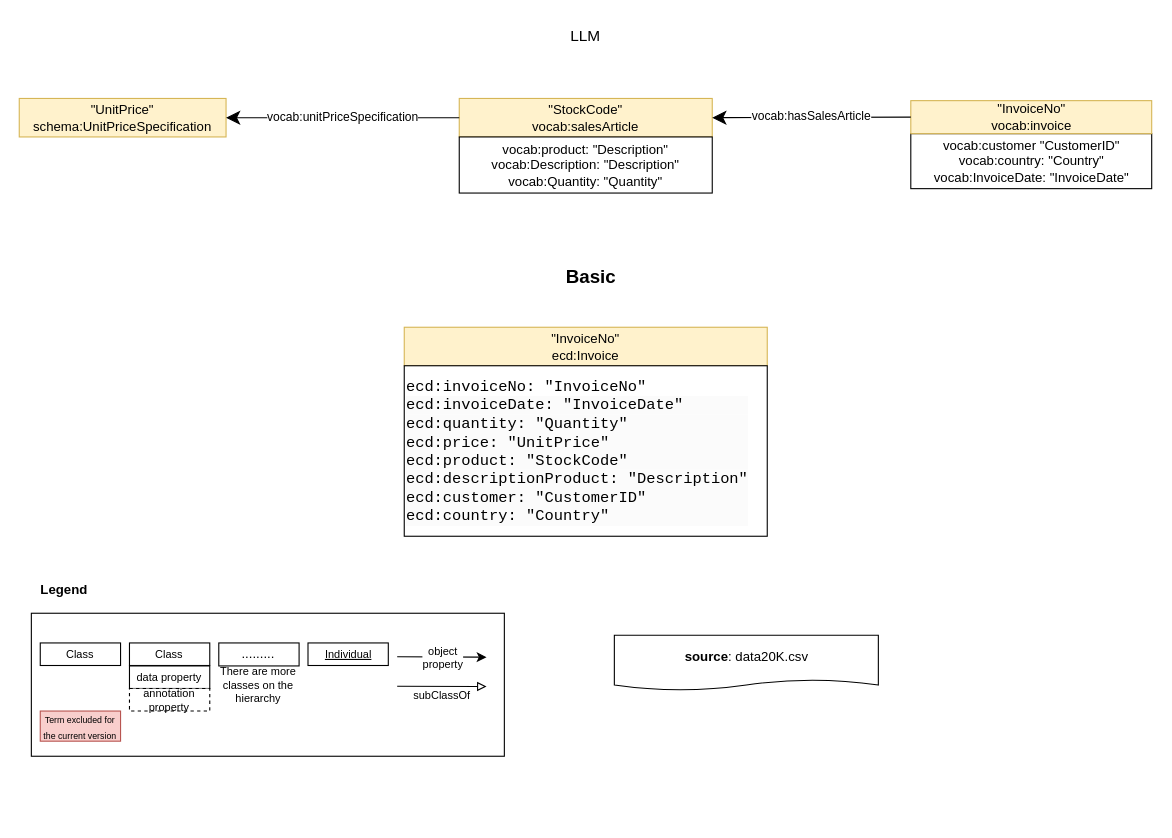
tecnomod-um/EvaluationGraphAlignmentMethods keeps this draw.io diagram as page "Basic-LLM" (4 of 6) of E-CommerceData/Figures/eCommerce.drawio. Above is the earlier version. Source tidied: cells renumbered, new cells numbered last; positions are measured from the earlier drawing's top-left corner, leaving out a move shared by most shapes. Both pictures are drawn from the tidied source at 110%, with x=0, y=0 at pixel (19, 19).
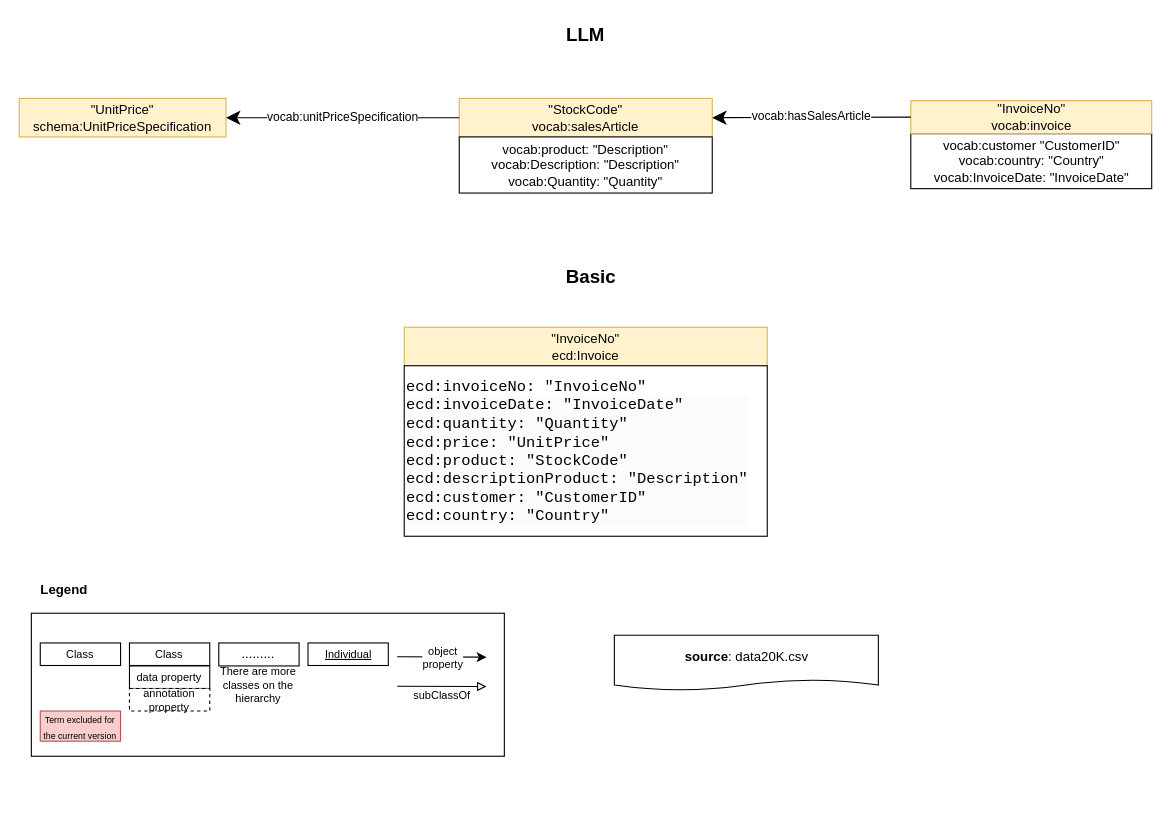
Above is the later version.

The edit, as a diff of the source:
```diff
@@
-    <mxCell id="15" value="LLM" style="text;html=1;strokeColor=none;fillColor=none;align=center;verticalAlign=middle;whiteSpace=wrap;rounded=0;dashed=1;fontSize=14;" parent="1" vertex="1">
+    <mxCell id="15" value="LLM" style="text;html=1;strokeColor=none;fillColor=none;align=center;verticalAlign=middle;whiteSpace=wrap;rounded=0;dashed=1;fontSize=17;fontStyle=1;" parent="1" vertex="1">
       <mxGeometry x="495" width="40" height="30" as="geometry" />
     </mxCell>
```
